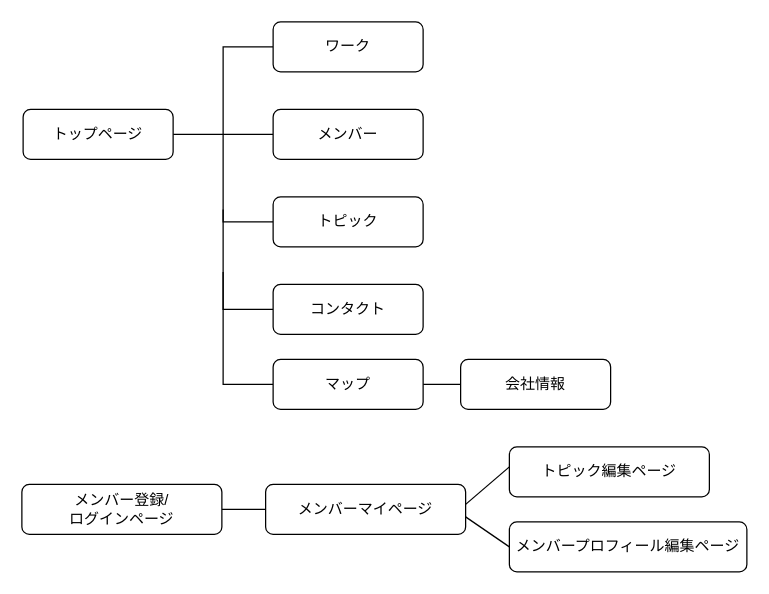
Earlier version of the draw.io diagram ST.dio (umetoyama/orghp_ex01). Source tidied: cells renumbered, new cells numbered last; positions are measured from the earlier drawing's top-left corner, leaving out a move shared by most shapes. Both pictures are drawn from the tidied source at 125%, with x=0, y=0 at pixel (21, 21).
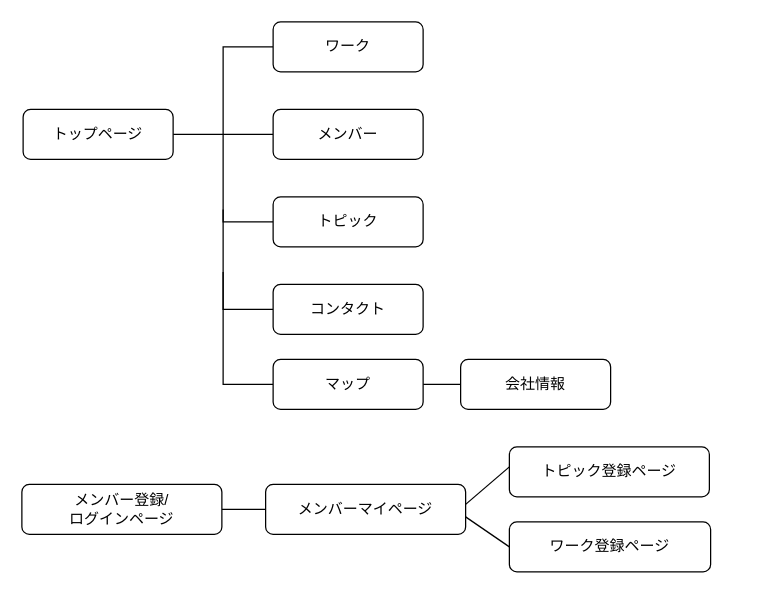
The same page after the edit.

Commit message (it also covers changes not shown here):
ER図、画面遷移図、データベース設計図編集

The edit, as a diff of the source:
```diff
@@
-    <mxCell id="16" value="トピック編集ページ" style="rounded=1;whiteSpace=wrap;html=1;" parent="1" vertex="1">
+    <mxCell id="16" value="トピック登録ページ" style="rounded=1;whiteSpace=wrap;html=1;" parent="1" vertex="1">
       <mxGeometry x="390" y="340" width="160" height="40" as="geometry" />
     </mxCell>
-    <mxCell id="17" value="メンバープロフィール編集ページ" style="rounded=1;whiteSpace=wrap;html=1;" parent="1" vertex="1">
-      <mxGeometry x="390" y="400" width="190" height="40" as="geometry" />
+    <mxCell id="17" value="ワーク登録ページ" style="rounded=1;whiteSpace=wrap;html=1;" parent="1" vertex="1">
+      <mxGeometry x="390" y="400" width="161" height="40" as="geometry" />
     </mxCell>
```
